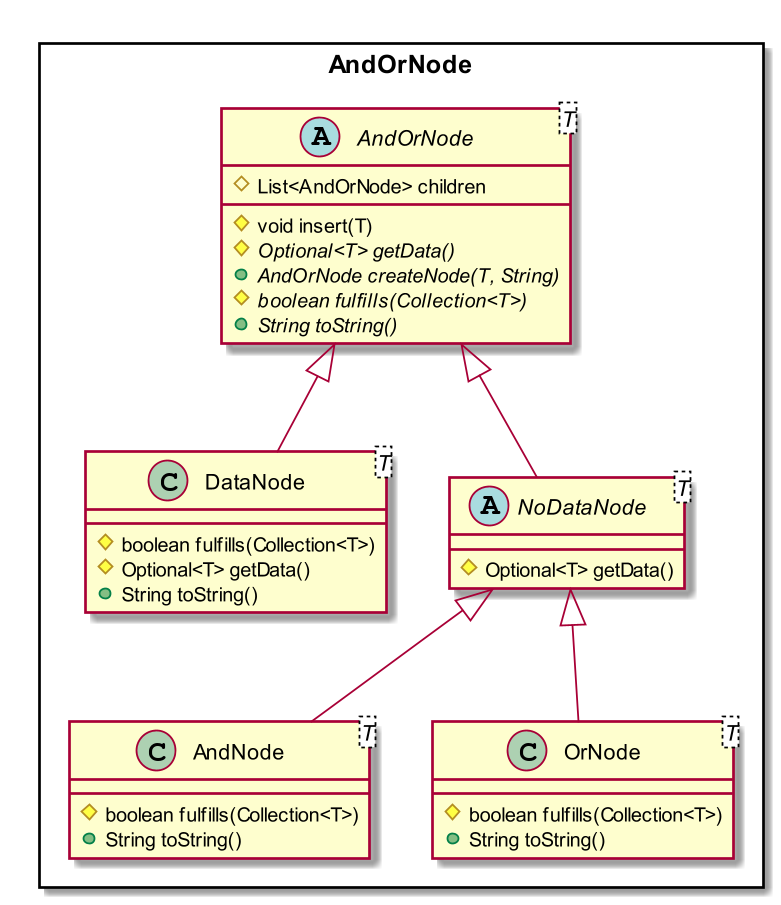
Before: docs/images/ryanytan-AndOrNodeInheritanceClassDiagram.png, a diagram exported from PlantUML (nus-cs2103-AY1920S1/addressbook-level3).
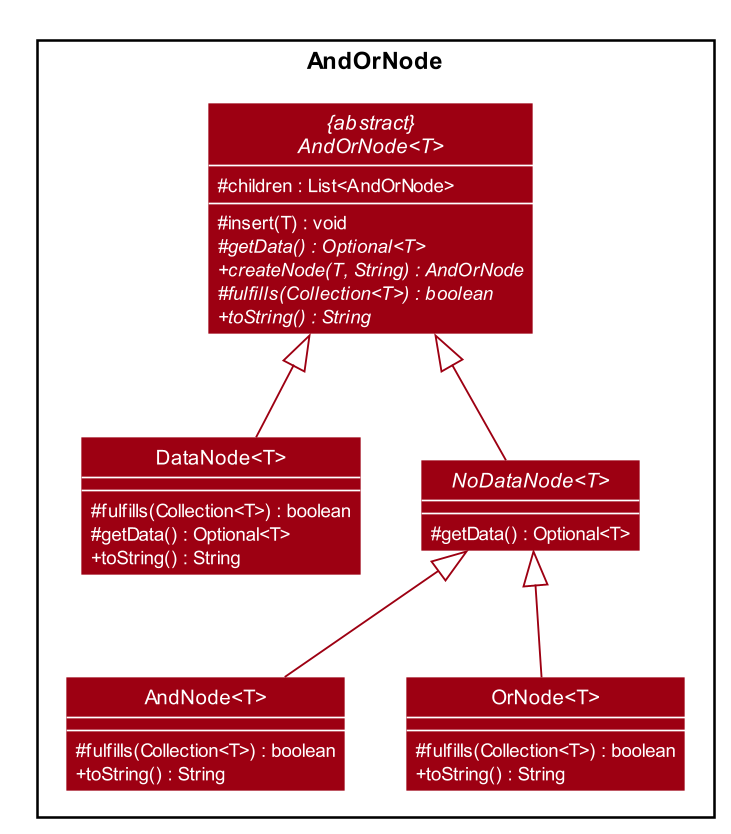
Later version of the same file.

Diff of the diagram source:
```diff
@@ -1,35 +1,101 @@
 @startuml
 
+
+
+
+
+
+
+
+skinparam BackgroundColor #FFFFFFF
+
+skinparam Shadowing false
+
+skinparam Class {
+    FontColor #FFFFFF
+    BorderThickness 1
+    BorderColor #FFFFFF
+    StereotypeFontColor #FFFFFF
+    FontName Arial
+    ClassAttributeFontColor #FFFFFFF
+}
+
+skinparam Actor {
+    BorderColor #000000
+    Color #000000
+    FontName Arial
+}
+
+skinparam Sequence {
+    MessageAlign center
+    BoxFontSize 15
+    BoxPadding 0
+    BoxFontColor #FFFFFF
+    FontName Arial
+}
+
+skinparam Participant {
+    FontColor #FFFFFFF
+    Padding 20
+}
+
+skinparam MinClassWidth 50
+skinparam ParticipantPadding 10
+skinparam Shadowing false
+skinparam DefaultTextAlignment center
+skinparam packageStyle Rectangle
+
+hide circle
+hide members
+skinparam arrowThickness 1.1
+skinparam arrowColor #9D0012
+skinparam classBackgroundColor #9D0012
+skinparam classAttributeIconSize 0
+skinparam classAttributeFontColor #FFFFFFF
+skinparam genericDisplay old
+show members
+
+
 Package AndOrNode <<Rectangle>> {
-    abstract class AndOrNode<T> {
-        # List<AndOrNode> children
-        # void insert(T)
-        # {abstract} Optional<T> getData()
-        + {abstract} AndOrNode createNode(T, String)
-        # {abstract} boolean fulfills(Collection<T>)
-        + {abstract} String toString()
-    }
-    class DataNode<T> {
-        # boolean fulfills(Collection<T>)
-        # Optional<T> getData()
-        + String toString()
-    }
-    abstract class NoDataNode<T> {
-        # Optional<T> getData()
-    }
-    class AndNode<T> {
-        # boolean fulfills(Collection<T>)
-        + String toString()
-    }
-    class OrNode<T> {
-        # boolean fulfills(Collection<T>)
-        + String toString()
-    }
+    Class "{abstract}\nAndOrNode<T>" as AndOrNode<T>
+    Class DataNode<T>
+    Class NoDataNode
+    Class AndNode
+    Class OrNode
+}
+
+
+abstract class AndOrNode<T> {
+    #children : List<AndOrNode>
+    #insert(T) : void
+    #getData() : Optional<T> {abstract}
+    +createNode(T, String) : AndOrNode {abstract}
+    #fulfills(Collection<T>) : boolean {abstract}
+    +toString() : String {abstract}
+}
+
+class DataNode<T> {
+    #fulfills(Collection<T>) : boolean
+    #getData() : Optional<T>
+    +toString() : String
+}
+
+abstract class NoDataNode<T> {
+    #getData() : Optional<T>
+}
+
+class AndNode<T> {
+    #fulfills(Collection<T>) : boolean
+    +toString() : String
+}
+
+class OrNode<T> {
+    #fulfills(Collection<T>) : boolean
+    +toString() : String
 }
 
 AndOrNode <|-- DataNode
 AndOrNode <|-- NoDataNode
 NoDataNode <|-- AndNode
 NoDataNode <|-- OrNode
-
 @enduml
```
